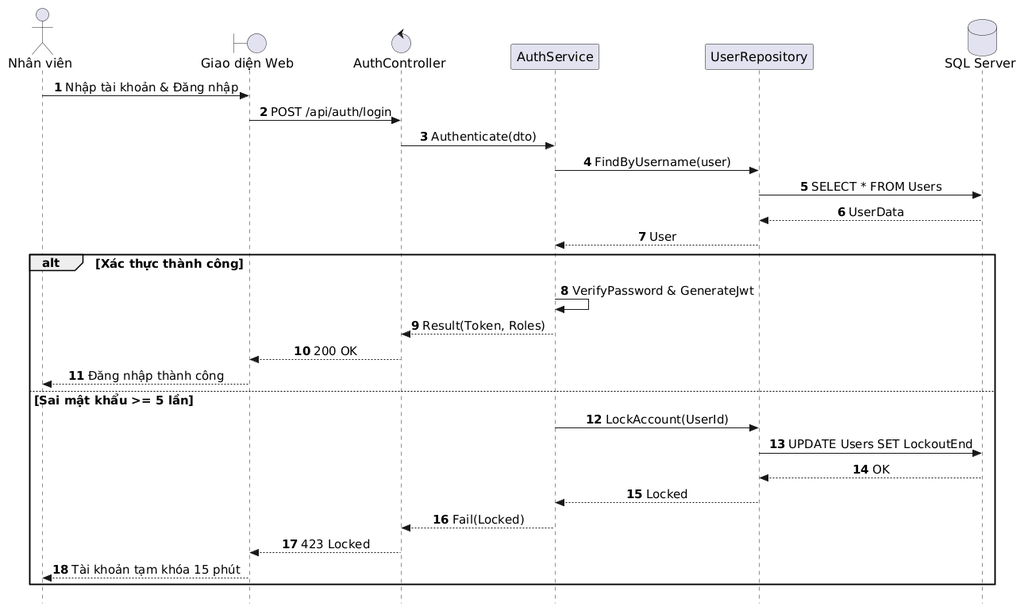
AndrewQng/VinDining keeps this PlantUML diagram as out/docs/puml/sequences/SD_UC_E5_Staff_Authentication/SD_UC_E5_Staff_Authentication.png. Above is the earlier version.
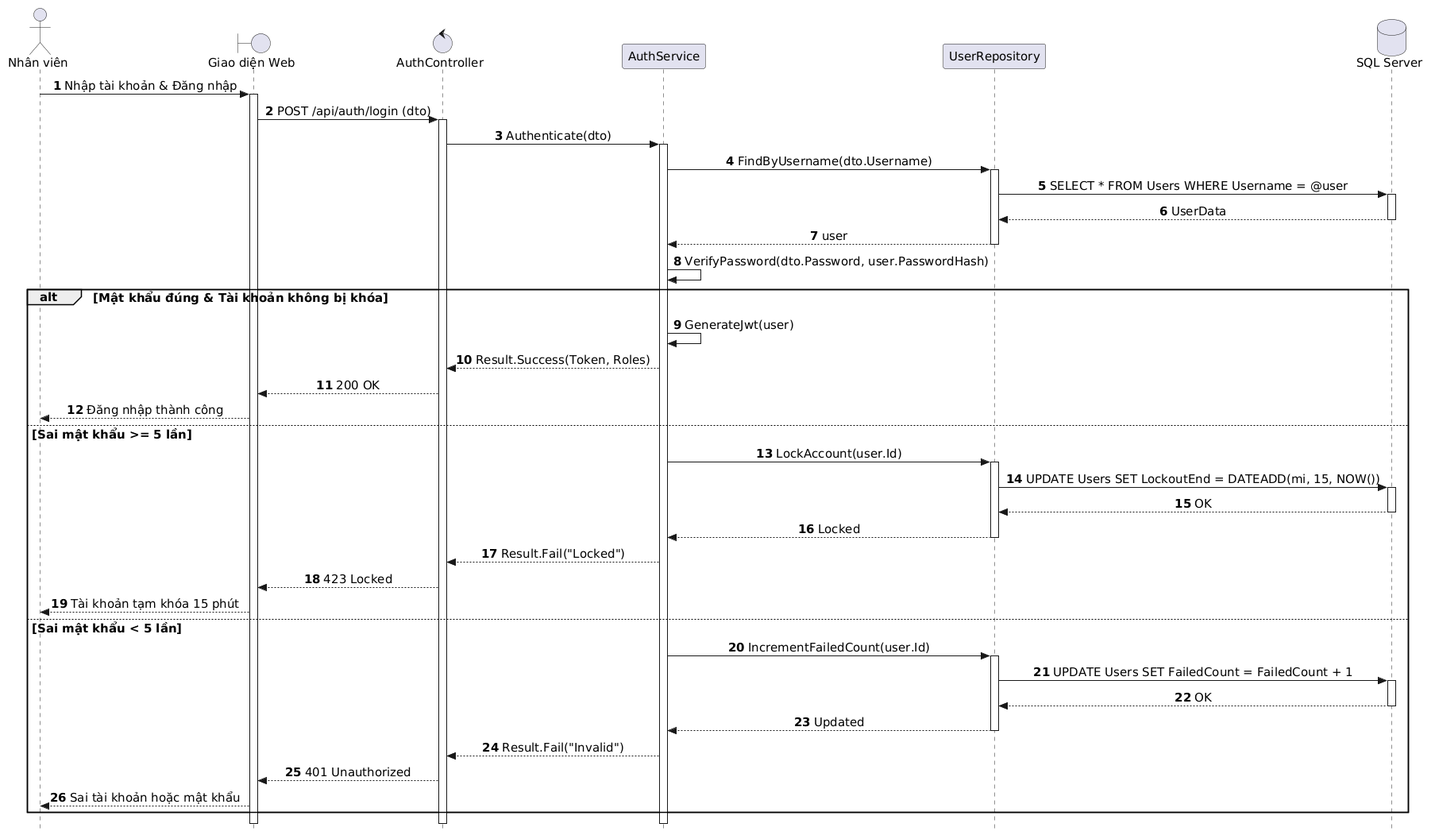
After the change.

Change to the diagram source:
```diff
@@ -4,12 +4,7 @@
 skinparam sequenceMessageAlign center
 skinparam responseMessageBelowArrow true
 skinparam defaultFontName "Segoe UI", Arial, sans-serif
-skinparam defaultFontSize 16
-skinparam sequenceActorFontSize 16
-skinparam sequenceParticipantFontSize 16
-skinparam sequenceArrowFontSize 15
-skinparam sequenceGroupFontSize 15
-skinparam sequenceGroupHeaderFontSize 15
+skinparam defaultFontSize 15
 
 actor "Nhân viên" as Staff
 boundary "Giao diện Web" as UI
@@ -19,25 +14,55 @@
 database "SQL Server" as DB
 
 Staff -> UI: Nhập tài khoản & Đăng nhập
-UI -> Controller: POST /api/auth/login
+activate UI
+UI -> Controller: POST /api/auth/login (dto)
+activate Controller
 Controller -> Service: Authenticate(dto)
-Service -> Repo: FindByUsername(user)
-Repo -> DB: SELECT * FROM Users
+activate Service
+
+Service -> Repo: FindByUsername(dto.Username)
+activate Repo
+Repo -> DB: SELECT * FROM Users WHERE Username = @user
+activate DB
 DB --> Repo: UserData
-Repo --> Service: User
+deactivate DB
+Repo --> Service: user
+deactivate Repo
 
-alt Xác thực thành công
-    Service -> Service: VerifyPassword & GenerateJwt
-    Service --> Controller: Result(Token, Roles)
+Service -> Service: VerifyPassword(dto.Password, user.PasswordHash)
+
+alt Mật khẩu đúng & Tài khoản không bị khóa
+    Service -> Service: GenerateJwt(user)
+    Service --> Controller: Result.Success(Token, Roles)
     Controller --> UI: 200 OK
     UI --> Staff: Đăng nhập thành công
 else Sai mật khẩu >= 5 lần
-    Service -> Repo: LockAccount(UserId)
-    Repo -> DB: UPDATE Users SET LockoutEnd
+    Service -> Repo: LockAccount(user.Id)
+    activate Repo
+    Repo -> DB: UPDATE Users SET LockoutEnd = DATEADD(mi, 15, NOW())
+    activate DB
     DB --> Repo: OK
+    deactivate DB
     Repo --> Service: Locked
-    Service --> Controller: Fail(Locked)
+    deactivate Repo
+    Service --> Controller: Result.Fail("Locked")
     Controller --> UI: 423 Locked
     UI --> Staff: Tài khoản tạm khóa 15 phút
+else Sai mật khẩu < 5 lần
+    Service -> Repo: IncrementFailedCount(user.Id)
+    activate Repo
+    Repo -> DB: UPDATE Users SET FailedCount = FailedCount + 1
+    activate DB
+    DB --> Repo: OK
+    deactivate DB
+    Repo --> Service: Updated
+    deactivate Repo
+    Service --> Controller: Result.Fail("Invalid")
+    Controller --> UI: 401 Unauthorized
+    UI --> Staff: Sai tài khoản hoặc mật khẩu
 end
+
+deactivate Service
+deactivate Controller
+deactivate UI
 @enduml
```
